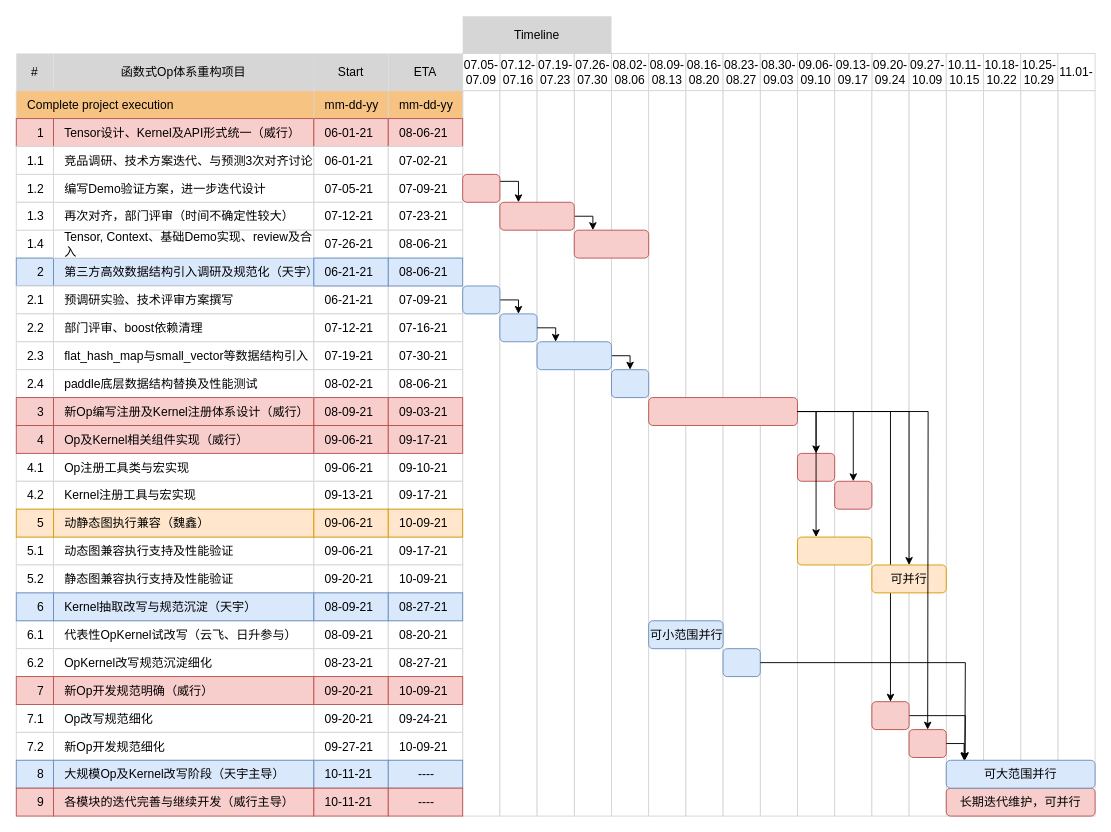
This is gantt.drawio from chenwhql/diagrams, a draw.io file, before an edit. Source tidied: cells renumbered, new cells numbered last; positions are measured from the earlier drawing's top-left corner, leaving out a move shared by most shapes. Both pictures are drawn from the tidied source at 93%, with x=0, y=0 at pixel (16, 16).
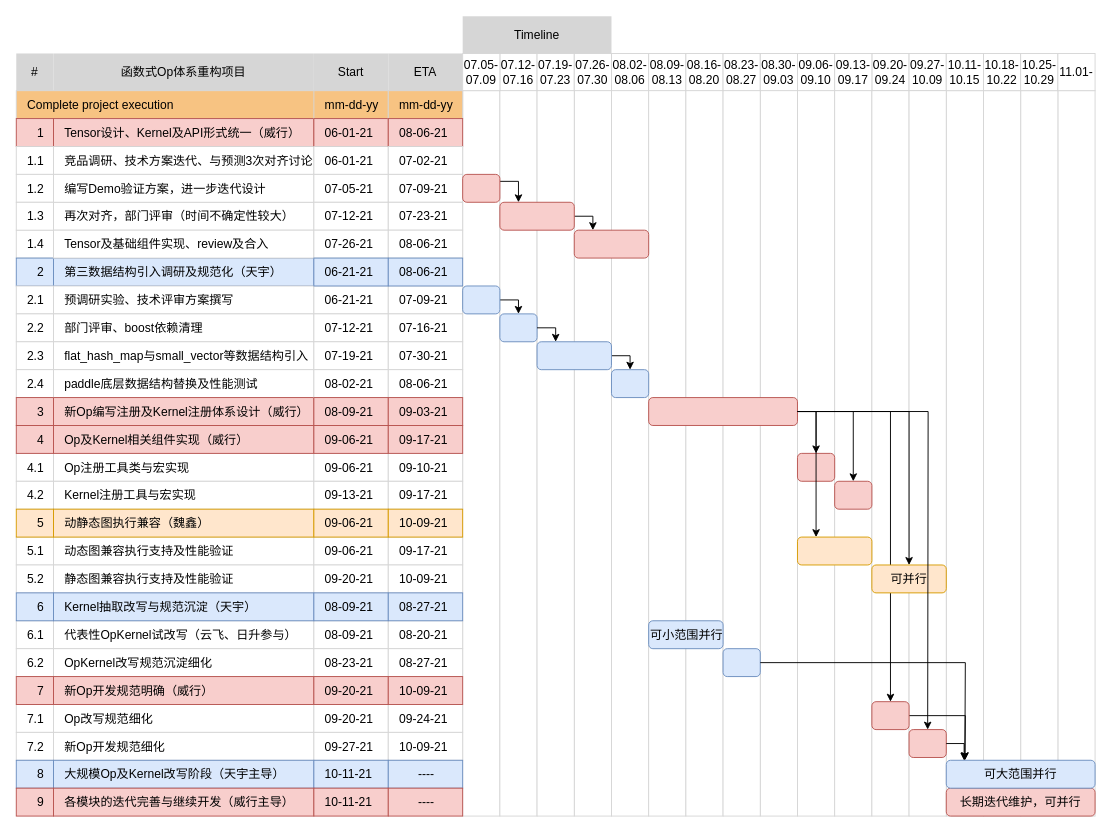
Above is the later version.

What changed in the source:
```diff
@@
-    <mxCell id="27" value="&lt;span style=&quot;font-size: 13px;&quot;&gt;第三方高效数据结构引入调研及规范化（天宇）&lt;/span&gt;" style="rounded=0;whiteSpace=wrap;html=1;strokeColor=#6c8ebf;fillColor=#dae8fc;align=left;spacingLeft=10;fontSize=13;" parent="1" vertex="1">
+    <mxCell id="27" value="&lt;span style=&quot;font-size: 13px&quot;&gt;第三数据结构引入调研及规范化（天宇）&lt;/span&gt;" style="rounded=0;whiteSpace=wrap;html=1;strokeColor=#6c8ebf;fillColor=#dae8fc;align=left;spacingLeft=10;fontSize=13;" parent="1" vertex="1">
       <mxGeometry x="40" y="260" width="280" height="30" as="geometry" />
     </mxCell>
@@
-    <mxCell id="59" value="Tensor, Context、基础Demo实现、review及合入" style="rounded=0;whiteSpace=wrap;html=1;strokeColor=#D6D6D6;fillColor=#FFFFFF;align=left;spacingLeft=10;fontSize=13;" parent="1" vertex="1">
+    <mxCell id="59" value="Tensor及基础组件实现、review及合入" style="rounded=0;whiteSpace=wrap;html=1;strokeColor=#D6D6D6;fillColor=#FFFFFF;align=left;spacingLeft=10;fontSize=13;" parent="1" vertex="1">
       <mxGeometry x="40" y="230" width="280" height="30" as="geometry" />
     </mxCell>
```
